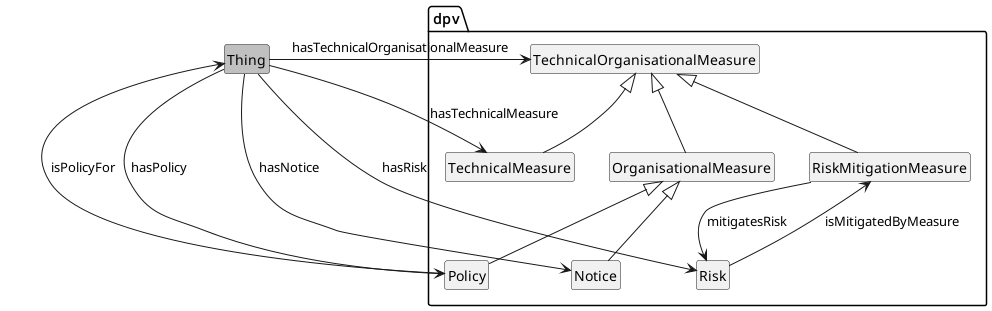
This is media/TechnicalOrganisationalMeasure.png from jeswr/dpv, a PlantUML export, as it was before one commit.
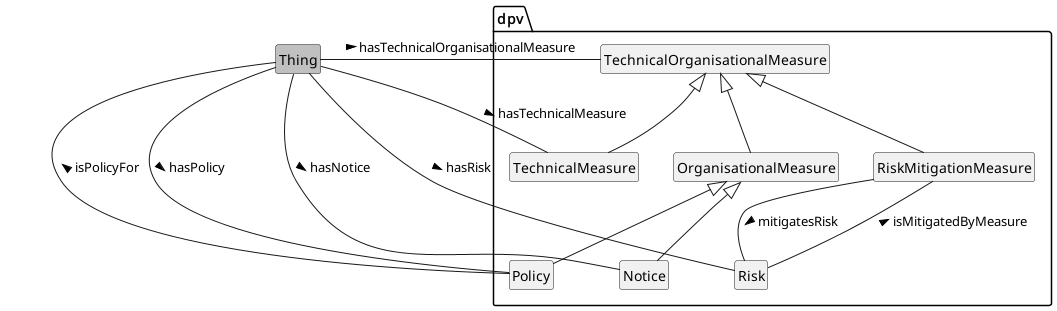
Later version of the same file.

Diff of the diagram source:
```diff
@@ -18,13 +18,13 @@
 OrganisationalMeasure <|-- Notice
 OrganisationalMeasure <|-- Policy
 
-Thing --> TechnicalOrganisationalMeasure : hasTechnicalOrganisationalMeasure
-Thing --> TechnicalMeasure : hasTechnicalMeasure
-Thing --> Risk : hasRisk
-Thing --> Notice : hasNotice
-Thing --> Policy : hasPolicy
-Risk --> RiskMitigationMeasure: isMitigatedByMeasure
-RiskMitigationMeasure --> Risk: mitigatesRisk
-Policy --> Thing: isPolicyFor
+Thing -- TechnicalOrganisationalMeasure : hasTechnicalOrganisationalMeasure >
+Thing -- TechnicalMeasure : hasTechnicalMeasure >
+Thing -- Risk : hasRisk >
+Thing -- Notice : hasNotice >
+Thing -- Policy : hasPolicy >
+Risk -- RiskMitigationMeasure: isMitigatedByMeasure >
+RiskMitigationMeasure -- Risk: mitigatesRisk >
+Policy -- Thing: isPolicyFor >
 
 @enduml
```
